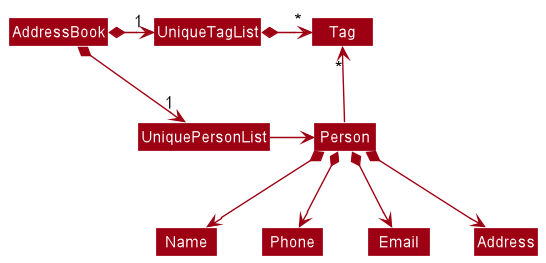
This is docs/images/BetterModelClassDiagram.png from nus-cs2103-AY2223S1/tp, a PlantUML export, as it was before one commit.
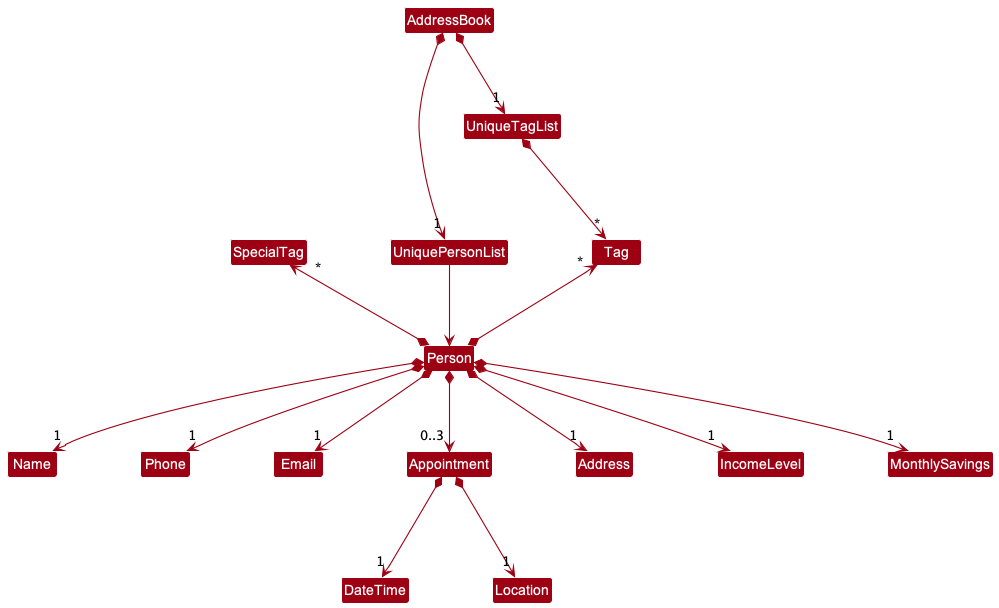
Later version of the same file.

The edit, as a diff of the source:
```diff
@@ -4,18 +4,25 @@
 skinparam arrowColor MODEL_COLOR
 skinparam classBackgroundColor MODEL_COLOR
 
-AddressBook *-right-> "1" UniquePersonList
-AddressBook *-right-> "1" UniqueTagList
+AddressBook *-down-> "1" UniquePersonList
+AddressBook *-down-> "1" UniqueTagList
 UniqueTagList -[hidden]down- UniquePersonList
 UniqueTagList -[hidden]down- UniquePersonList
 
-UniqueTagList *-right-> "*" Tag
+UniqueTagList *-down-> "*" Tag
 UniquePersonList -right-> Person
 
-Person -up-> "*" Tag
+Person *-up-> "*" Tag
+Person *-up-> "*" SpecialTag
 
-Person *--> Name
-Person *--> Phone
-Person *--> Email
-Person *--> Address
+Person *--> "1" Name
+Person *--> "1" Phone
+Person *--> "1" Email
+Person *--> "0..3" Appointment
+Person *--> "1" Address
+Person *--> "1" IncomeLevel
+Person *--> "1" MonthlySavings
+
+Appointment *--> "1" DateTime
+Appointment *--> "1" Location
 @enduml
```
